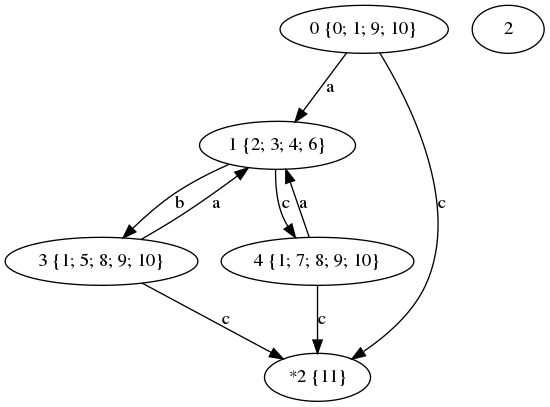
Earlier version of the Graphviz export graphviz/g2.png (ageev-aleksey/HGrammStateMachine). Its source is kept beside it as graphviz/g2.dot. The source it was exported from:
```dot
digraph {
"0 {0; 1; 9; 10}" -> "1 {2; 3; 4; 6}" [label="a"]
"0 {0; 1; 9; 10}" -> "*2 {11}" [label="c"]
"1 {2; 3; 4; 6}" -> "3 {1; 5; 8; 9; 10}" [label="b"]
"1 {2; 3; 4; 6}" -> "4 {1; 7; 8; 9; 10}" [label="c"]
2
"3 {1; 5; 8; 9; 10}" -> "1 {2; 3; 4; 6}" [label="a"]
"3 {1; 5; 8; 9; 10}" -> "*2 {11}" [label="c"]
"4 {1; 7; 8; 9; 10}" -> "1 {2; 3; 4; 6}" [label="a"]
"4 {1; 7; 8; 9; 10}" -> "*2 {11}" [label="c"]
}
```
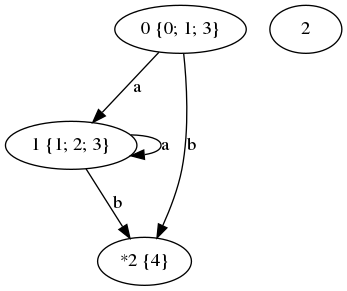
Later version of the same file.

What changed in the source:
```diff
@@ -1,11 +1,7 @@
 digraph {
-"0 {0; 1; 9; 10}" -> "1 {2; 3; 4; 6}" [label="a"]
-"0 {0; 1; 9; 10}" -> "*2 {11}" [label="c"]
-"1 {2; 3; 4; 6}" -> "3 {1; 5; 8; 9; 10}" [label="b"]
-"1 {2; 3; 4; 6}" -> "4 {1; 7; 8; 9; 10}" [label="c"]
+"0 {0; 1; 3}" -> "1 {1; 2; 3}" [label="a"]
+"0 {0; 1; 3}" -> "*2 {4}" [label="b"]
+"1 {1; 2; 3}" -> "1 {1; 2; 3}" [label="a"]
+"1 {1; 2; 3}" -> "*2 {4}" [label="b"]
 2
-"3 {1; 5; 8; 9; 10}" -> "1 {2; 3; 4; 6}" [label="a"]
-"3 {1; 5; 8; 9; 10}" -> "*2 {11}" [label="c"]
-"4 {1; 7; 8; 9; 10}" -> "1 {2; 3; 4; 6}" [label="a"]
-"4 {1; 7; 8; 9; 10}" -> "*2 {11}" [label="c"]
 }
```
